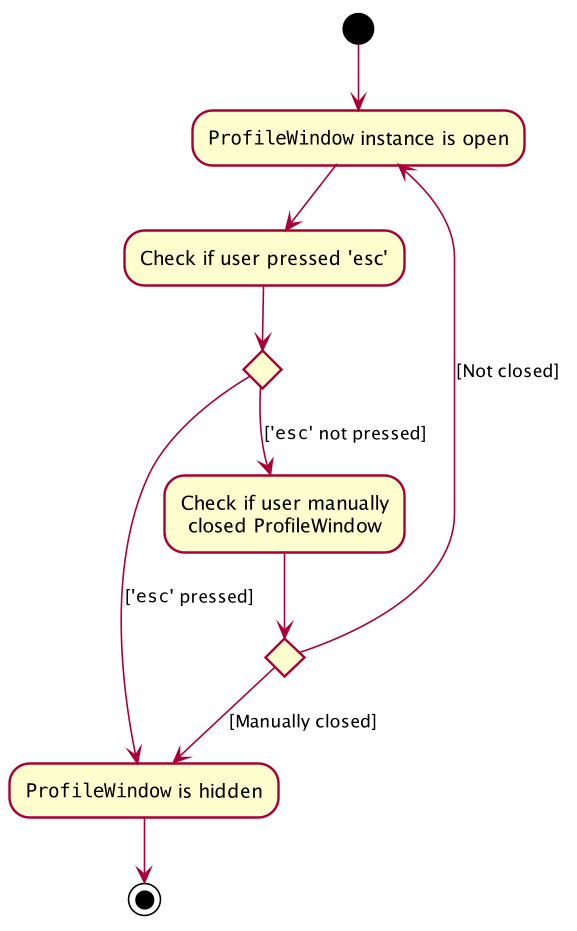
Above: images/Profile1.png in AY1920S1-CS2103T-F12-2/main (PlantUML), before the change. The source it was exported from:
```plantuml
@startuml








skinparam BackgroundColor #FFFFFFF

skinparam Shadowing false

skinparam Class {
    FontColor #FFFFFF
    BorderThickness 1
    BorderColor #FFFFFF
    StereotypeFontColor #FFFFFF
    FontName Arial
}

skinparam Actor {
    BorderColor #000000
    Color #000000
    FontName Arial
}

skinparam Sequence {
    MessageAlign center
    BoxFontSize 15
    BoxPadding 0
    BoxFontColor #FFFFFF
    FontName Arial
}

skinparam Participant {
    FontColor #FFFFFFF
    Padding 20
}

skinparam MinClassWidth 50
skinparam ParticipantPadding 10
skinparam Shadowing false
skinparam DefaultTextAlignment center
skinparam packageStyle Rectangle

hide footbox
hide members
hide circle


(*top) --> "<font: monospaced>ProfileWindow</font> instance is open"
--> "Check if user pressed 'esc'"
if "" then
--> [['<font: monospaced>esc</font>' pressed&#93;] "<font: monospaced>ProfileWindow</font> is hidden"
--> (*)
else
    --> [['<font: monospaced>esc</font>' not pressed&#93;] "Check if user manually
    closed ProfileWindow"
    if "" then
    --> [[Manually closed&#93;] "<font: monospaced>ProfileWindow</font> is hidden"
    else
    --> [[Not closed&#93;] "<font: monospaced>ProfileWindow</font> instance is open"
    endif
endif

@enduml
```
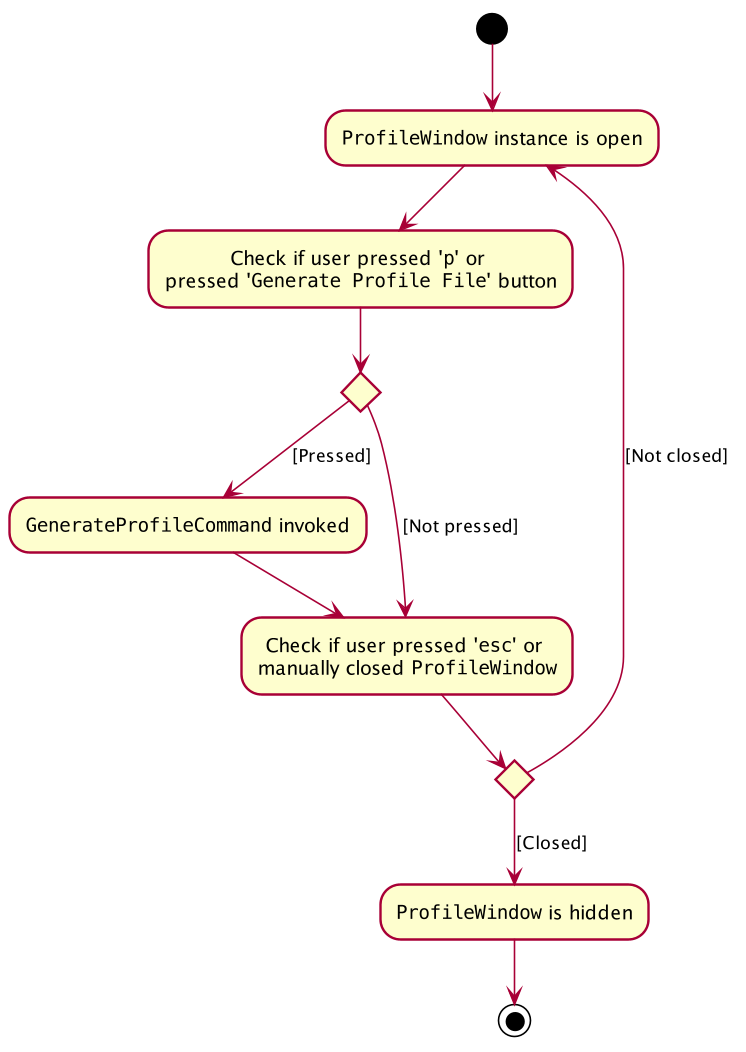
The same file after the commit.

Diff of the diagram source:
```diff
@@ -50,17 +50,17 @@
 
 
 (*top) --> "<font: monospaced>ProfileWindow</font> instance is open"
---> "Check if user pressed 'esc'"
+--> "Check if user pressed '<font: monospaced>p</font>' or \npressed '<font: monospaced>Generate Profile File</font>' button"
 if "" then
---> [['<font: monospaced>esc</font>' pressed&#93;] "<font: monospaced>ProfileWindow</font> is hidden"
---> (*)
+    --> [[Pressed&#93;] "<font: monospaced>GenerateProfileCommand</font> invoked"
+    --> "Check if user pressed '<font: monospaced>esc</font>' or \nmanually closed <font: monospaced>ProfileWindow</font>"
 else
-    --> [['<font: monospaced>esc</font>' not pressed&#93;] "Check if user manually
-    closed ProfileWindow"
+    --> [[Not pressed&#93;] "Check if user pressed '<font: monospaced>esc</font>' or \nmanually closed <font: monospaced>ProfileWindow</font>"
     if "" then
-    --> [[Manually closed&#93;] "<font: monospaced>ProfileWindow</font> is hidden"
+        --> [[Closed&#93;] "<font: monospaced>ProfileWindow</font> is hidden"
+        --> (*)
     else
-    --> [[Not closed&#93;] "<font: monospaced>ProfileWindow</font> instance is open"
+        --> [[Not closed&#93;] "<font: monospaced>ProfileWindow</font> instance is open"
     endif
 endif
 
```
